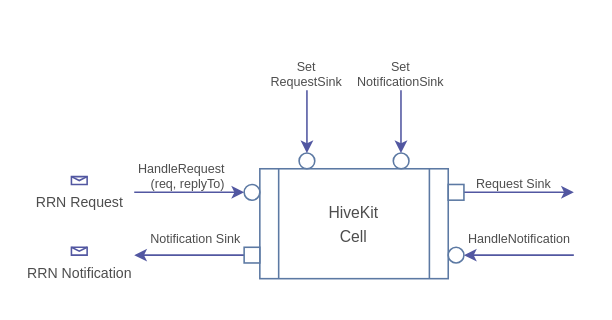
This is page "cell" (1 of 9) of docs/hivekit.drawio from hiveot/hivekit, a draw.io file, before an edit. Source tidied: cells renumbered, new cells numbered last; positions are measured from the earlier drawing's top-left corner, leaving out a move shared by most shapes. Both pictures are drawn from the tidied source at 157%, with x=0, y=0 at pixel (71, 58).
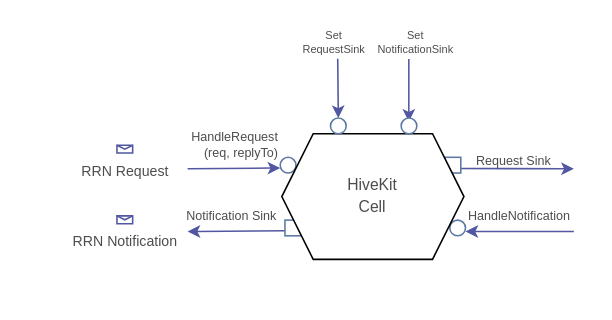
Above is the later version.

Diff of the diagram source:
```diff
@@
     <mxCell id="2" value="HandleRequest &lt;br&gt;(req, replyTo)" style="text;html=1;align=right;verticalAlign=middle;whiteSpace=wrap;rounded=0;fontSize=8;fontColor=#4D4D4D;autosizeText=1;" parent="1" vertex="1">
-      <mxGeometry x="40" y="70" width="60" height="10" as="geometry" />
+      <mxGeometry x="74" y="50" width="60" height="10" as="geometry" />
     </mxCell>
-    <mxCell id="3" value="HandleNotification" style="text;html=1;align=right;verticalAlign=middle;whiteSpace=wrap;rounded=0;fontSize=8;fontColor=#4D4D4D;autosizeText=1;" parent="1" vertex="1">
-      <mxGeometry x="260" y="110" width="60" height="10" as="geometry" />
-    </mxCell>
-    <mxCell id="4" value="Request Sink&amp;nbsp;" style="text;html=1;align=right;verticalAlign=middle;whiteSpace=wrap;rounded=0;fontSize=8;fontColor=#4D4D4D;autosizeText=1;" parent="1" vertex="1">
-      <mxGeometry x="250" y="75" width="60" height="10" as="geometry" />
-    </mxCell>
     <mxCell id="5" value="Notification Sink" style="text;html=1;align=right;verticalAlign=middle;whiteSpace=wrap;rounded=0;fontSize=8;fontColor=#4D4D4D;autosizeText=1;" parent="1" vertex="1">
-      <mxGeometry x="50" y="110" width="60" height="10" as="geometry" />
+      <mxGeometry x="73" y="95" width="60" height="10" as="geometry" />
     </mxCell>
     <mxCell id="6" value="RRN Request" style="shape=message;html=1;html=1;labelPosition=center;verticalLabelPosition=bottom;align=center;verticalAlign=top;fontSize=9;direction=east;strokeColor=#5257A1;fontColor=#4D4D4D;" parent="1" vertex="1">
-      <mxGeometry y="75" width="10" height="5" as="geometry" />
+      <mxGeometry x="29" y="55" width="10" height="5" as="geometry" />
     </mxCell>
     <mxCell id="7" value="RRN Notification" style="shape=message;html=1;html=1;labelPosition=center;verticalLabelPosition=bottom;align=center;verticalAlign=top;fontSize=9;strokeColor=#5257A1;fontColor=#4D4D4D;" parent="1" vertex="1">
-      <mxGeometry y="120" width="10" height="5" as="geometry" />
+      <mxGeometry x="29" y="100" width="10" height="5" as="geometry" />
     </mxCell>
-    <mxCell id="8" style="endArrow=classic;html=1;rounded=0;endSize=5;strokeColor=#5257A1;" parent="1" edge="1">
-      <mxGeometry relative="1" as="geometry">
-        <mxPoint x="250" y="85" as="sourcePoint" />
-        <mxPoint x="320" y="85" as="targetPoint" />
-      </mxGeometry>
-    </mxCell>
-    <mxCell id="9" style="endArrow=classic;html=1;rounded=0;entryX=1;entryY=0.5;entryDx=0;entryDy=0;endSize=5;strokeColor=#5257A1;" parent="1" edge="1">
-      <mxGeometry relative="1" as="geometry">
-        <mxPoint x="320" y="125" as="sourcePoint" />
-        <mxPoint x="250" y="125" as="targetPoint" />
-      </mxGeometry>
-    </mxCell>
-    <mxCell id="10" style="endArrow=classic;html=1;rounded=0;entryX=1;entryY=0.5;entryDx=0;entryDy=0;endSize=5;strokeColor=#5257A1;" parent="1" edge="1">
-      <mxGeometry relative="1" as="geometry">
-        <mxPoint x="110" y="125" as="sourcePoint" />
-        <mxPoint x="40" y="125" as="targetPoint" />
-      </mxGeometry>
-    </mxCell>
-    <mxCell id="11" style="endArrow=classic;html=1;rounded=0;endSize=5;strokeColor=#5257A1;" parent="1" edge="1">
-      <mxGeometry relative="1" as="geometry">
-        <mxPoint x="40" y="85" as="sourcePoint" />
-        <mxPoint x="110" y="85" as="targetPoint" />
-      </mxGeometry>
-    </mxCell>
-    <mxCell id="12" style="group;fontSize=9;labelBackgroundColor=none;" parent="1" vertex="1">
-      <mxGeometry x="110" y="70" width="140" height="80" as="geometry" />
-    </mxCell>
-    <mxCell id="13" value="&lt;font style=&quot;color: rgb(77, 77, 77); font-size: 10px;&quot;&gt;HiveKit&lt;/font&gt;&lt;div&gt;&lt;div&gt;&lt;font style=&quot;color: rgb(77, 77, 77); font-size: 10px;&quot;&gt;Cell&lt;/font&gt;&lt;/div&gt;&lt;/div&gt;" style="shape=process;whiteSpace=wrap;html=1;backgroundOutline=1;strokeColor=#5C79A3;" parent="12" vertex="1">
-      <mxGeometry x="10" width="120" height="70" as="geometry" />
-    </mxCell>
-    <mxCell id="14" style="html=1;rounded=0;strokeColor=#5C79A3;" parent="12" vertex="1">
-      <mxGeometry x="130" y="10" width="10" height="10" as="geometry" />
-    </mxCell>
-    <mxCell id="15" style="html=1;rounded=0;rotation=-180;strokeColor=#5C79A3;" parent="12" vertex="1">
-      <mxGeometry y="50" width="10" height="10" as="geometry" />
-    </mxCell>
-    <mxCell id="16" style="ellipse;whiteSpace=wrap;html=1;strokeColor=#5C79A3;" parent="12" vertex="1">
-      <mxGeometry y="10" width="10" height="10" as="geometry" />
-    </mxCell>
-    <mxCell id="17" style="ellipse;whiteSpace=wrap;html=1;strokeColor=#5C79A3;" parent="12" vertex="1">
-      <mxGeometry x="130" y="50" width="10" height="10" as="geometry" />
-    </mxCell>
-    <mxCell id="18" style="ellipse;whiteSpace=wrap;html=1;strokeColor=#5C79A3;" parent="1" vertex="1">
-      <mxGeometry x="145" y="60" width="10" height="10" as="geometry" />
-    </mxCell>
-    <mxCell id="19" style="ellipse;whiteSpace=wrap;html=1;strokeColor=#5C79A3;" parent="1" vertex="1">
-      <mxGeometry x="205" y="60" width="10" height="10" as="geometry" />
-    </mxCell>
-    <mxCell id="20" style="endArrow=classic;html=1;rounded=0;endSize=5;strokeColor=#5257A1;entryX=0.5;entryY=0;entryDx=0;entryDy=0;" parent="1" edge="1" target="18">
-      <mxGeometry relative="1" as="geometry">
-        <mxPoint x="150" y="20" as="sourcePoint" />
-      </mxGeometry>
-    </mxCell>
-    <mxCell id="21" style="endArrow=classic;html=1;rounded=0;endSize=5;strokeColor=#5257A1;entryX=0.5;entryY=0;entryDx=0;entryDy=0;" parent="1" edge="1">
-      <mxGeometry relative="1" as="geometry">
-        <mxPoint x="209.9" y="20" as="sourcePoint" />
-        <mxPoint x="209.9" y="60" as="targetPoint" />
-      </mxGeometry>
-    </mxCell>
+    <mxCell id="24" style="endArrow=classic;html=1;rounded=0;endSize=5;strokeColor=#5257A1;" parent="1" edge="1">
+      <mxGeometry relative="1" as="geometry">
+        <mxPoint x="136" y="109.5" as="sourcePoint" />
+        <mxPoint x="74" y="110" as="targetPoint" />
+      </mxGeometry>
+    </mxCell>
+    <mxCell id="25" style="endArrow=classic;html=1;rounded=0;endSize=5;strokeColor=#5257A1;" parent="1" edge="1">
+      <mxGeometry relative="1" as="geometry">
+        <mxPoint x="74" y="70" as="sourcePoint" />
+        <mxPoint x="133" y="69.5" as="targetPoint" />
+      </mxGeometry>
+    </mxCell>
+    <mxCell id="3" value="HandleNotification" style="text;html=1;align=right;verticalAlign=middle;whiteSpace=wrap;rounded=0;fontSize=8;fontColor=#4D4D4D;autosizeText=1;" parent="1" vertex="1">
+      <mxGeometry x="260" y="95" width="60" height="10" as="geometry" />
+    </mxCell>
+    <mxCell id="4" value="Request Sink&amp;nbsp;" style="text;html=1;align=right;verticalAlign=middle;whiteSpace=wrap;rounded=0;fontSize=8;fontColor=#4D4D4D;autosizeText=1;" parent="1" vertex="1">
+      <mxGeometry x="250" y="60" width="60" height="10" as="geometry" />
+    </mxCell>
+    <mxCell id="26" style="endArrow=classic;html=1;rounded=0;endSize=5;strokeColor=#5257A1;exitX=-0.031;exitY=0.982;exitDx=0;exitDy=0;exitPerimeter=0;" parent="1" edge="1" source="4">
+      <mxGeometry relative="1" as="geometry">
+        <mxPoint x="320" y="70" as="targetPoint" />
+      </mxGeometry>
+    </mxCell>
+    <mxCell id="27" style="endArrow=classic;html=1;rounded=0;entryX=1;entryY=0.5;entryDx=0;entryDy=0;endSize=5;strokeColor=#5257A1;" parent="1" edge="1">
+      <mxGeometry relative="1" as="geometry">
+        <mxPoint x="320" y="110" as="sourcePoint" />
+        <mxPoint x="251" y="110" as="targetPoint" />
+      </mxGeometry>
+    </mxCell>
+    <mxCell id="28" style="endArrow=classic;html=1;rounded=0;endSize=5;strokeColor=#5257A1;entryX=0.5;entryY=0;entryDx=0;entryDy=0;exitX=0.549;exitY=0.994;exitDx=0;exitDy=0;exitPerimeter=0;" parent="1" edge="1" source="22" target="34">
+      <mxGeometry relative="1" as="geometry" />
+    </mxCell>
+    <mxCell id="29" style="endArrow=classic;html=1;rounded=0;endSize=5;strokeColor=#5257A1;entryX=0.5;entryY=0;entryDx=0;entryDy=0;" parent="1" edge="1">
+      <mxGeometry relative="1" as="geometry">
+        <mxPoint x="214.9" as="sourcePoint" />
+        <mxPoint x="214.9" y="40" as="targetPoint" />
+      </mxGeometry>
+    </mxCell>
-    <mxCell id="22" value="Set&lt;div&gt;RequestSink&lt;/div&gt;" style="text;html=1;align=center;verticalAlign=middle;whiteSpace=wrap;rounded=0;fontSize=8;fontColor=#4D4D4D;autosizeText=1;" parent="1" vertex="1">
-      <mxGeometry x="120" width="60" height="20" as="geometry" />
+    <mxCell id="22" value="Set&lt;div&gt;RequestSink&lt;/div&gt;" style="text;html=1;align=center;verticalAlign=middle;whiteSpace=wrap;rounded=0;fontSize=7;fontColor=#4D4D4D;autosizeText=1;" parent="1" vertex="1">
+      <mxGeometry x="146" y="-20" width="43" height="20" as="geometry" />
     </mxCell>
-    <mxCell id="23" value="Set&lt;div&gt;NotificationSink&lt;/div&gt;" style="text;html=1;align=center;verticalAlign=middle;whiteSpace=wrap;rounded=0;fontSize=8;fontColor=#4D4D4D;autosizeText=1;fontFamily=Helvetica;convertToSvg=0;svgWhiteSpace=wrap;fontStyle=0;" parent="1" vertex="1">
-      <mxGeometry x="180" width="60" height="20" as="geometry" />
+    <mxCell id="23" value="Set&lt;div&gt;NotificationSink&lt;/div&gt;" style="text;html=1;align=center;verticalAlign=middle;whiteSpace=wrap;rounded=0;fontSize=7;fontColor=#4D4D4D;autosizeText=1;fontFamily=Helvetica;convertToSvg=0;svgWhiteSpace=wrap;fontStyle=0;" parent="1" vertex="1">
+      <mxGeometry x="198" y="-20" width="43" height="20" as="geometry" />
     </mxCell>
+    <mxCell id="30" style="html=1;rounded=0;rotation=-180;strokeColor=#5C79A3;" parent="1" vertex="1">
+      <mxGeometry x="136" y="102.7" width="10" height="10" as="geometry" />
+    </mxCell>
+    <mxCell id="31" style="ellipse;whiteSpace=wrap;html=1;strokeColor=#5C79A3;" parent="1" vertex="1">
+      <mxGeometry x="133" y="62.7" width="10" height="10" as="geometry" />
+    </mxCell>
+    <mxCell id="32" style="html=1;rounded=0;strokeColor=#5C79A3;" parent="1" vertex="1">
+      <mxGeometry x="238" y="62.7" width="10" height="10" as="geometry" />
+    </mxCell>
+    <mxCell id="33" style="ellipse;whiteSpace=wrap;html=1;strokeColor=#5C79A3;" parent="1" vertex="1">
+      <mxGeometry x="241" y="102.7" width="10" height="10" as="geometry" />
+    </mxCell>
+    <mxCell id="13" value="&lt;font style=&quot;color: rgb(77, 77, 77); font-size: 10px;&quot;&gt;HiveKit&lt;/font&gt;&lt;div style=&quot;font-size: 12px;&quot;&gt;&lt;font style=&quot;color: rgb(77, 77, 77); font-size: 10px;&quot;&gt;Cell&lt;/font&gt;&lt;/div&gt;" style="shape=hexagon;perimeter=hexagonPerimeter2;whiteSpace=wrap;html=1;fixedSize=1;rounded=0;glass=0;comic=0;strokeColor=default;fontSize=6;movableLabel=1;fillColor=default;fillStyle=solid;gradientColor=none;" parent="1" vertex="1">
+      <mxGeometry x="134" y="47.7" width="116" height="80" as="geometry" />
+    </mxCell>
+    <mxCell id="34" style="ellipse;whiteSpace=wrap;html=1;strokeColor=#5C79A3;" parent="1" vertex="1">
+      <mxGeometry x="165" y="37.7" width="10" height="10" as="geometry" />
+    </mxCell>
+    <mxCell id="35" style="ellipse;whiteSpace=wrap;html=1;strokeColor=#5C79A3;" parent="1" vertex="1">
+      <mxGeometry x="210" y="37.7" width="10" height="10" as="geometry" />
+    </mxCell>
```
